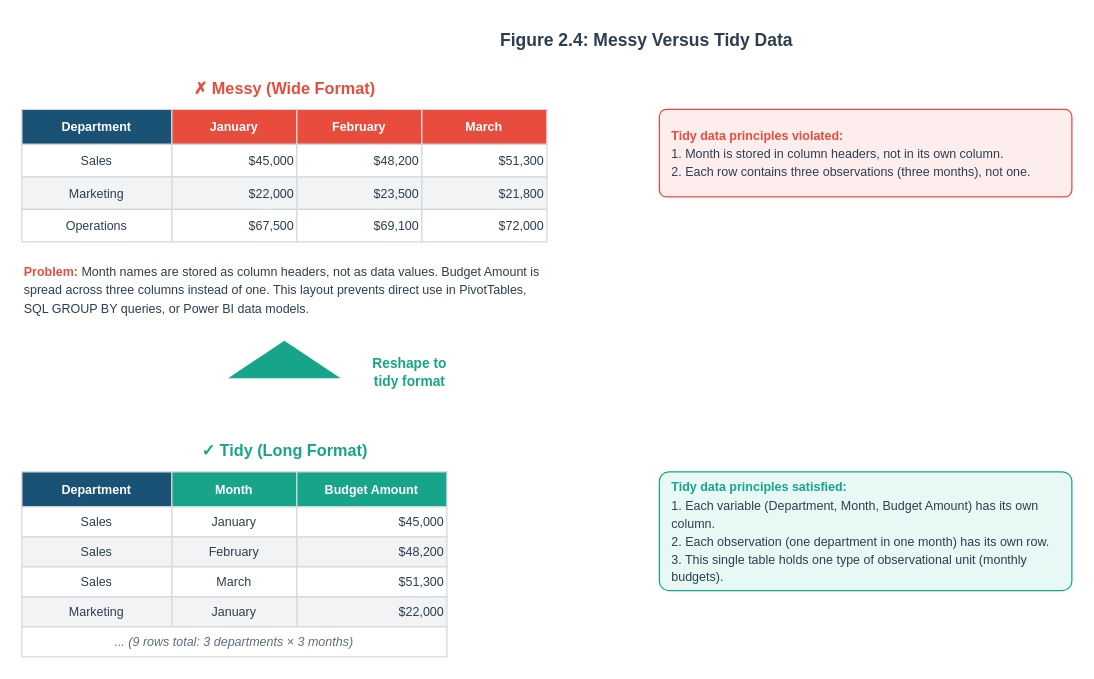
Above: visuals/src/fig-02-04-messy-vs-tidy-data.drawio in mmcodesso/Accounting_Analytics_Book (draw.io), before the change. Source tidied: cells renumbered, new cells numbered last; positions are measured from the earlier drawing's top-left corner, leaving out a move shared by most shapes. Both pictures are drawn from the tidied source at 125%, with x=0, y=0 at pixel (21, 21).
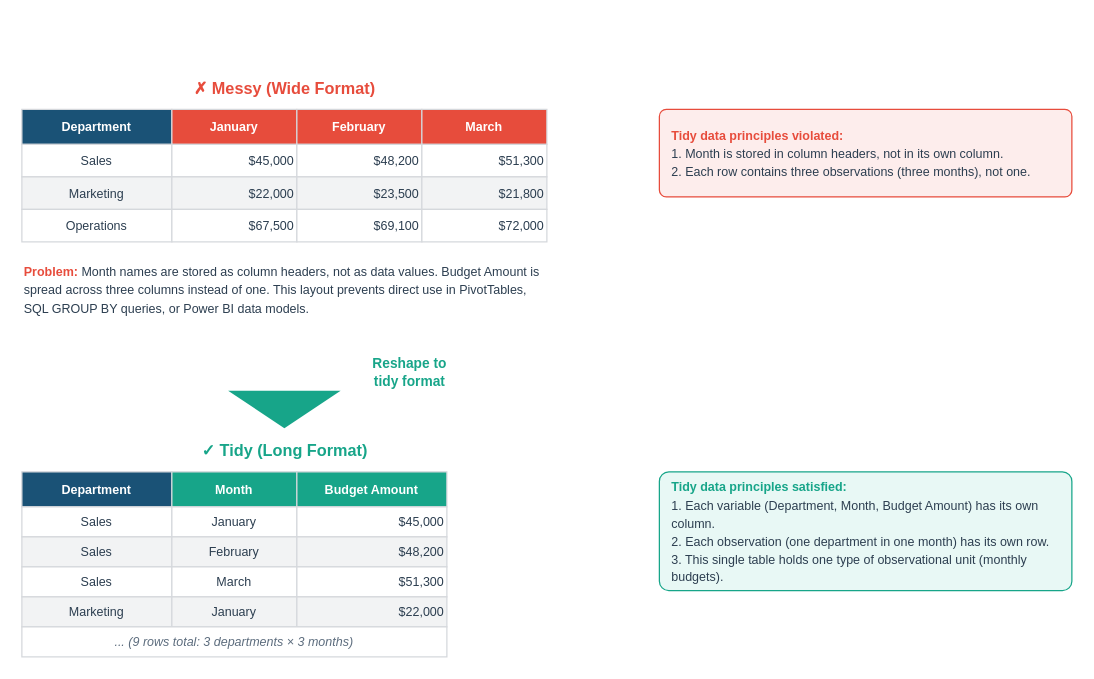
The same diagram, later.

What changed in the source:
```diff
@@
-    <mxCell id="2" value="&lt;b&gt;Figure 2.4: Messy Versus Tidy Data&lt;/b&gt;" style="text;html=1;align=center;verticalAlign=middle;whiteSpace=wrap;fontSize=14;fontColor=#2C3E50;fontFamily=Helvetica;" parent="1" vertex="1">
-      <mxGeometry x="200" width="600" height="30" as="geometry" />
-    </mxCell>
@@
-    <mxCell id="21" style="shape=mxgraph.arrows2.arrow;dx=30;dy=12;notch=0;rounded=0;fillColor=#17A589;strokeColor=none;rotation=-90;" parent="1" vertex="1">
+    <mxCell id="21" style="shape=mxgraph.arrows2.arrow;dx=30;dy=12;notch=0;rounded=0;fillColor=#17A589;strokeColor=none;rotation=90;" parent="1" vertex="1">
       <mxGeometry x="175" y="245" width="70" height="90" as="geometry" />
     </mxCell>
```
